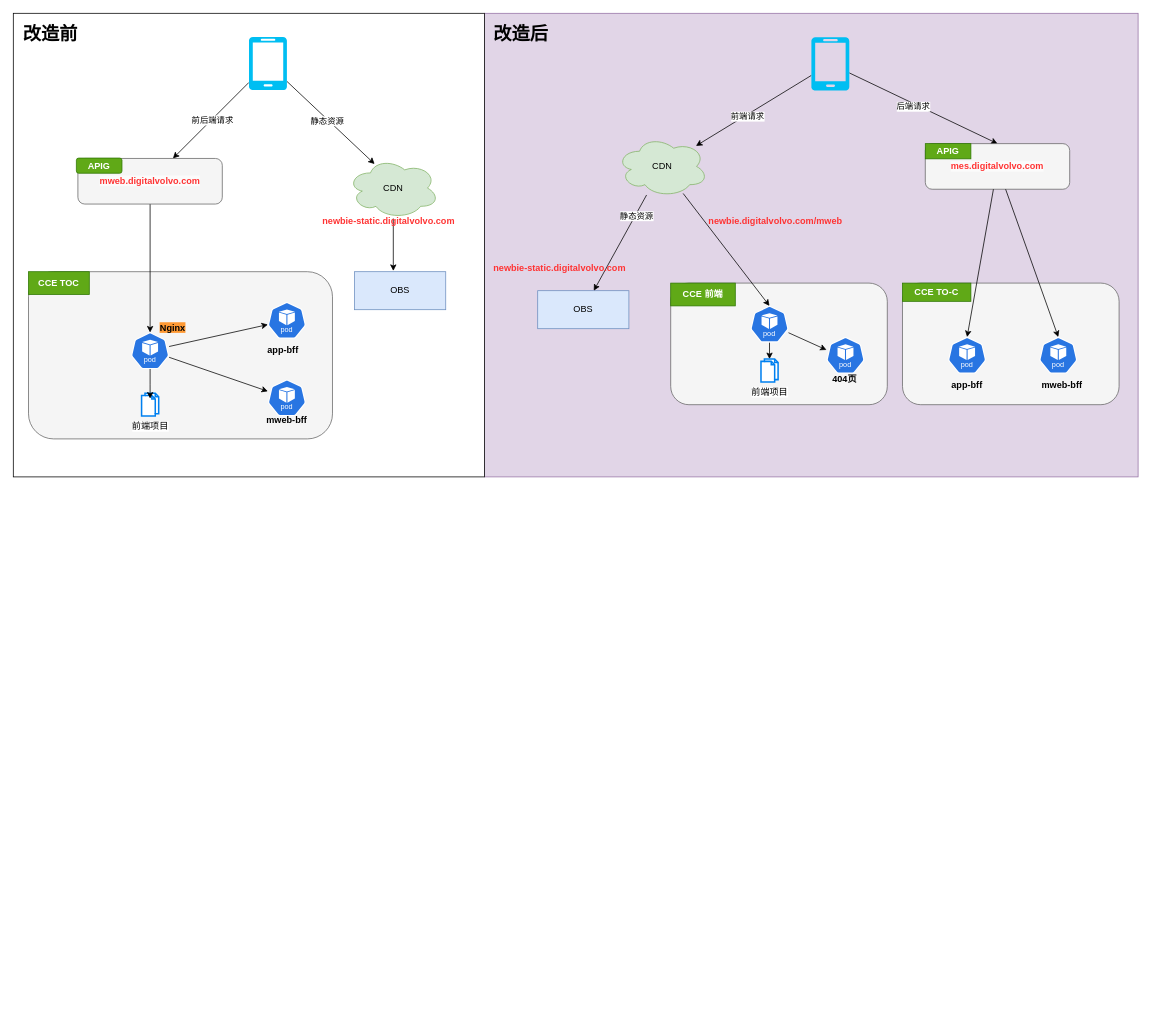
Earlier version of the draw.io diagram 前端改造.drawio (463024907/draw.io). Source tidied: cells renumbered, new cells numbered last; positions are measured from the earlier drawing's top-left corner, leaving out a move shared by most shapes. Both pictures are drawn from the tidied source at 76%, with x=0, y=0 at pixel (13, 13).
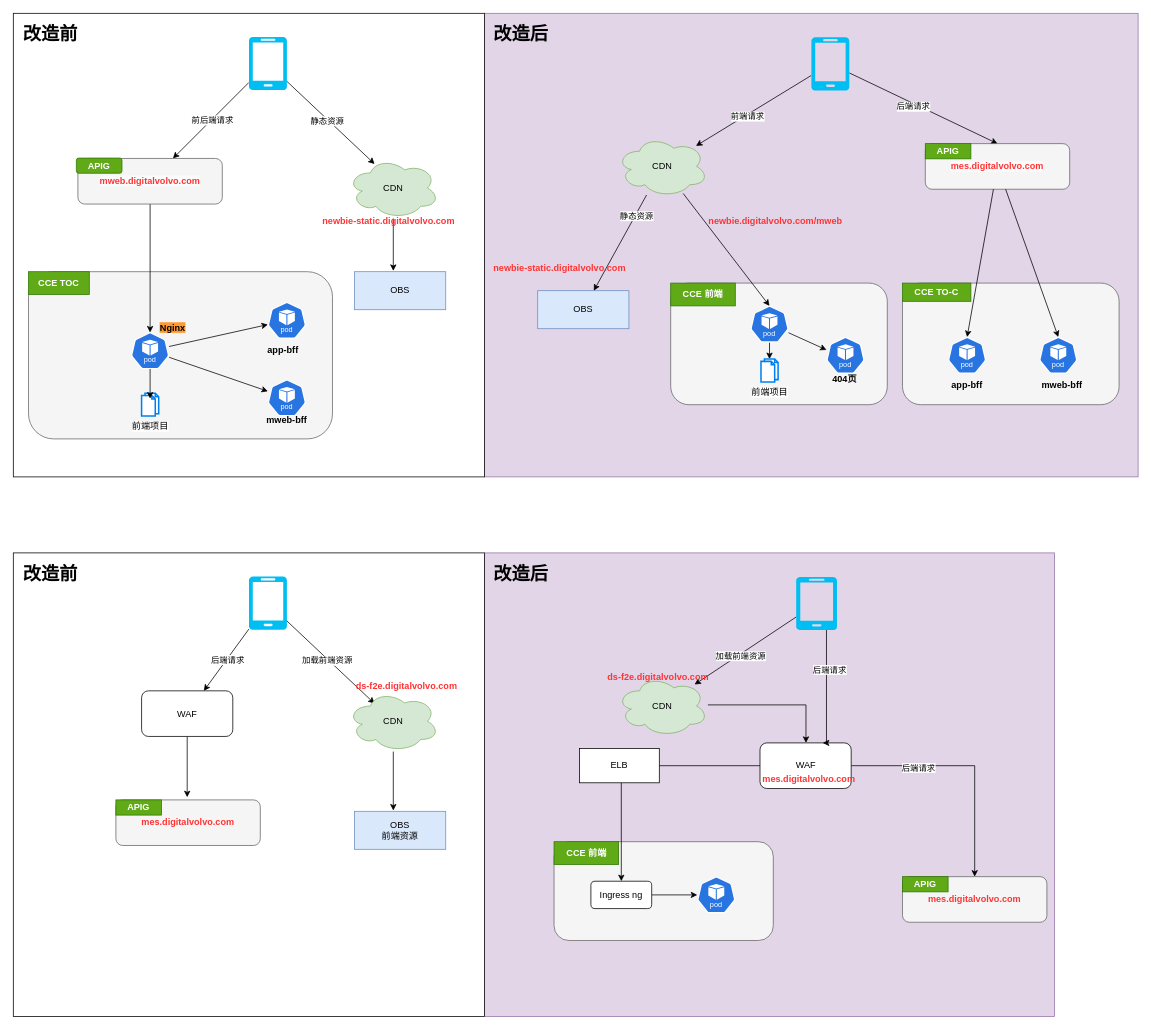
Above is the later version.

What changed in the source:
```diff
@@
+    <mxCell id="60" style="rounded=0;whiteSpace=wrap;html=1;fillColor=#e1d5e7;strokeColor=#9673a6;" parent="1" vertex="1">
+      <mxGeometry x="620" y="710" width="750" height="610" as="geometry" />
+    </mxCell>
+    <mxCell id="61" style="rounded=0;whiteSpace=wrap;html=1;" parent="1" vertex="1">
+      <mxGeometry y="710" width="620" height="610" as="geometry" />
+    </mxCell>
+    <mxCell id="62" style="rounded=0;jettySize=auto;html=1;" parent="1" edge="1" source="66" target="84">
+      <mxGeometry relative="1" as="geometry" />
+    </mxCell>
+    <mxCell id="63" value="后端请求" style="edgeLabel;html=1;align=center;verticalAlign=middle;" parent="62" vertex="1">
+      <mxGeometry x="-0.03" y="1" relative="1" as="geometry" />
+    </mxCell>
+    <mxCell id="64" style="rounded=0;jettySize=auto;html=1;" parent="1" edge="1" source="66">
+      <mxGeometry relative="1" as="geometry">
+        <mxPoint x="475.4" y="908.3" as="targetPoint" />
+      </mxGeometry>
+    </mxCell>
+    <mxCell id="65" value="加载前端资源" style="edgeLabel;html=1;align=center;verticalAlign=middle;" parent="64" vertex="1">
+      <mxGeometry x="-0.35" relative="1" as="geometry">
+        <mxPoint x="15" y="16" as="offset" />
+      </mxGeometry>
+    </mxCell>
+    <mxCell id="66" style="verticalLabelPosition=bottom;html=1;verticalAlign=top;align=center;strokeColor=none;fillColor=#00BEF2;shape=mxgraph.azure.mobile;" parent="1" vertex="1">
+      <mxGeometry x="310" y="741" width="50" height="70" as="geometry" />
+    </mxCell>
+    <mxCell id="67" style="rounded=0;jettySize=auto;html=1;" parent="1" edge="1" source="69" target="74">
+      <mxGeometry relative="1" as="geometry" />
+    </mxCell>
+    <mxCell id="68" value="加载前端资源" style="edgeLabel;html=1;align=center;verticalAlign=middle;" parent="67" vertex="1">
+      <mxGeometry x="0.12" y="2" relative="1" as="geometry" />
+    </mxCell>
+    <mxCell id="69" style="verticalLabelPosition=bottom;html=1;verticalAlign=top;align=center;strokeColor=none;fillColor=#00BEF2;shape=mxgraph.azure.mobile;" parent="1" vertex="1">
+      <mxGeometry x="1030" y="741.5" width="53.8" height="70" as="geometry" />
+    </mxCell>
+    <mxCell id="70" value="OBS&lt;div&gt;前端资源&lt;/div&gt;" style="whiteSpace=wrap;html=1;fillColor=#dae8fc;strokeColor=#6c8ebf;" parent="1" vertex="1">
+      <mxGeometry x="449" y="1050" width="120" height="50" as="geometry" />
+    </mxCell>
+    <mxCell id="71" value="CDN" style="ellipse;shape=cloud;whiteSpace=wrap;html=1;fillColor=#d5e8d4;strokeColor=#82b366;" parent="1" vertex="1">
+      <mxGeometry x="440" y="891.5" width="120" height="80" as="geometry" />
+    </mxCell>
+    <mxCell id="72" style="edgeStyle=orthogonalEdgeStyle;rounded=0;jettySize=auto;html=1;entryX=0.425;entryY=-0.02;entryDx=0;entryDy=0;entryPerimeter=0;" parent="1" edge="1" source="71" target="70">
+      <mxGeometry relative="1" as="geometry" />
+    </mxCell>
+    <mxCell id="73" style="edgeStyle=orthogonalEdgeStyle;rounded=0;jettySize=auto;html=1;" parent="1" edge="1" source="74" target="91">
+      <mxGeometry relative="1" as="geometry">
+        <Array as="points">
+          <mxPoint x="1043" y="910" />
+        </Array>
+      </mxGeometry>
+    </mxCell>
+    <mxCell id="74" value="CDN" style="ellipse;shape=cloud;whiteSpace=wrap;html=1;fillColor=#d5e8d4;strokeColor=#82b366;" parent="1" vertex="1">
+      <mxGeometry x="794" y="871.5" width="120" height="80" as="geometry" />
+    </mxCell>
+    <mxCell id="75" value="ds-f2e.digitalvolvo.com" style="text;whiteSpace=wrap;fontStyle=1;fontColor=#FF3333;" parent="1" vertex="1">
+      <mxGeometry x="449" y="870.8" width="190" height="41.5" as="geometry" />
+    </mxCell>
+    <mxCell id="76" style="whiteSpace=wrap;html=1;rounded=1;fillColor=#f5f5f5;fontColor=#333333;strokeColor=#666666;" parent="1" vertex="1">
+      <mxGeometry x="711.5" y="1090" width="288.5" height="130" as="geometry" />
+    </mxCell>
+    <mxCell id="77" style="sketch=0;html=1;dashed=0;whitespace=wrap;fillColor=#2875E2;strokeColor=#ffffff;points=[[0.005,0.63,0],[0.1,0.2,0],[0.9,0.2,0],[0.5,0,0],[0.995,0.63,0],[0.72,0.99,0],[0.5,1,0],[0.28,0.99,0]];shape=mxgraph.kubernetes.icon2;kubernetesLabel=1;prIcon=pod;" parent="1" vertex="1">
+      <mxGeometry x="900" y="1136" width="50" height="48" as="geometry" />
+    </mxCell>
+    <mxCell id="78" value="&lt;b&gt;CCE 前端&lt;/b&gt;" style="text;html=1;align=center;verticalAlign=middle;whiteSpace=wrap;rounded=0;fillColor=#60a917;strokeColor=#2D7600;fontColor=#ffffff;" parent="1" vertex="1">
+      <mxGeometry x="711.5" y="1090" width="85" height="30" as="geometry" />
+    </mxCell>
+    <mxCell id="79" value="&lt;b&gt;&lt;font color=&quot;#ff3333&quot;&gt;mes.digitalvolvo.com&lt;/font&gt;&lt;/b&gt;" style="rounded=1;whiteSpace=wrap;html=1;fillColor=#f5f5f5;fontColor=#333333;strokeColor=#666666;" parent="1" vertex="1">
+      <mxGeometry x="1170" y="1136" width="190" height="60" as="geometry" />
+    </mxCell>
+    <mxCell id="80" value="&lt;b&gt;APIG&lt;/b&gt;" style="text;html=1;align=center;verticalAlign=middle;whiteSpace=wrap;rounded=0;fillColor=#60a917;fontColor=#ffffff;strokeColor=#2D7600;" parent="1" vertex="1">
+      <mxGeometry x="1170" y="1136" width="60" height="20" as="geometry" />
+    </mxCell>
+    <mxCell id="81" value="&lt;h1 style=&quot;margin-top: 0px;&quot;&gt;改造前&lt;/h1&gt;" style="text;html=1;whiteSpace=wrap;overflow=hidden;rounded=0;" parent="1" vertex="1">
+      <mxGeometry x="11.2" y="716.5" width="180" height="120" as="geometry" />
+    </mxCell>
+    <mxCell id="82" value="&lt;h1 style=&quot;margin-top: 0px;&quot;&gt;改造后&lt;/h1&gt;" style="text;html=1;whiteSpace=wrap;overflow=hidden;rounded=0;" parent="1" vertex="1">
+      <mxGeometry x="630" y="716.5" width="180" height="120" as="geometry" />
+    </mxCell>
+    <mxCell id="83" style="edgeStyle=orthogonalEdgeStyle;rounded=0;jettySize=auto;html=1;" parent="1" edge="1" source="84">
+      <mxGeometry relative="1" as="geometry">
+        <mxPoint x="228.8" y="1031.5" as="targetPoint" />
+      </mxGeometry>
+    </mxCell>
+    <mxCell id="84" value="WAF" style="rounded=1;whiteSpace=wrap;html=1;" parent="1" vertex="1">
+      <mxGeometry x="168.8" y="891.5" width="120" height="60" as="geometry" />
+    </mxCell>
+    <mxCell id="85" value="&lt;b&gt;&lt;font color=&quot;#ff3333&quot;&gt;mes.digitalvolvo.com&lt;/font&gt;&lt;/b&gt;" style="rounded=1;whiteSpace=wrap;html=1;fillColor=#f5f5f5;fontColor=#333333;strokeColor=#666666;" parent="1" vertex="1">
+      <mxGeometry x="135" y="1035" width="190" height="60" as="geometry" />
+    </mxCell>
+    <mxCell id="86" value="&lt;b&gt;APIG&lt;/b&gt;" style="text;html=1;align=center;verticalAlign=middle;whiteSpace=wrap;rounded=0;fillColor=#60a917;fontColor=#ffffff;strokeColor=#2D7600;" parent="1" vertex="1">
+      <mxGeometry x="135" y="1035" width="60" height="20" as="geometry" />
+    </mxCell>
+    <mxCell id="87" value="ds-f2e.digitalvolvo.com" style="text;whiteSpace=wrap;fontStyle=1;fontColor=#FF3333;" parent="1" vertex="1">
+      <mxGeometry x="780" y="860" width="190" height="41.5" as="geometry" />
+    </mxCell>
+    <mxCell id="88" style="rounded=0;jettySize=auto;html=1;entryX=0.5;entryY=0;entryDx=0;entryDy=0;edgeStyle=orthogonalEdgeStyle;" parent="1" edge="1" source="91" target="93">
+      <mxGeometry relative="1" as="geometry" />
+    </mxCell>
+    <mxCell id="89" style="rounded=0;jettySize=auto;html=1;entryX=0.5;entryY=0;entryDx=0;entryDy=0;edgeStyle=orthogonalEdgeStyle;" parent="1" edge="1" source="91" target="79">
+      <mxGeometry relative="1" as="geometry" />
+    </mxCell>
+    <mxCell id="90" value="后端请求" style="edgeLabel;html=1;align=center;verticalAlign=middle;" parent="89" vertex="1">
+      <mxGeometry x="-0.43" y="-2" relative="1" as="geometry" />
+    </mxCell>
+    <mxCell id="91" value="WAF" style="rounded=1;whiteSpace=wrap;html=1;" parent="1" vertex="1">
+      <mxGeometry x="982.5" y="960" width="120" height="60" as="geometry" />
+    </mxCell>
+    <mxCell id="92" style="edgeStyle=orthogonalEdgeStyle;rounded=0;jettySize=auto;html=1;" parent="1" edge="1" source="93" target="77">
+      <mxGeometry relative="1" as="geometry" />
+    </mxCell>
+    <mxCell id="93" value="Ingress ng" style="rounded=1;whiteSpace=wrap;html=1;" parent="1" vertex="1">
+      <mxGeometry x="760" y="1142" width="80" height="36" as="geometry" />
+    </mxCell>
+    <mxCell id="94" value="mes.digitalvolvo.com" style="text;whiteSpace=wrap;fontStyle=1;fontColor=#FF3333;" parent="1" vertex="1">
+      <mxGeometry x="983.8" y="994.2" width="190" height="41.5" as="geometry" />
+    </mxCell>
+    <mxCell id="95" style="edgeStyle=orthogonalEdgeStyle;rounded=0;jettySize=auto;html=1;entryX=0.688;entryY=0;entryDx=0;entryDy=0;entryPerimeter=0;" parent="1" edge="1" source="69" target="91">
+      <mxGeometry relative="1" as="geometry">
+        <Array as="points">
+          <mxPoint x="1070" y="960" />
+        </Array>
+      </mxGeometry>
+    </mxCell>
+    <mxCell id="96" value="后端请求" style="edgeLabel;html=1;align=center;verticalAlign=middle;" parent="95" vertex="1">
+      <mxGeometry x="-0.32" y="3" relative="1" as="geometry" />
+    </mxCell>
+    <mxCell id="97" value="ELB" style="rounded=0;whiteSpace=wrap;html=1;" parent="1" vertex="1">
+      <mxGeometry x="745" y="967.5" width="105" height="45" as="geometry" />
+    </mxCell>
```
